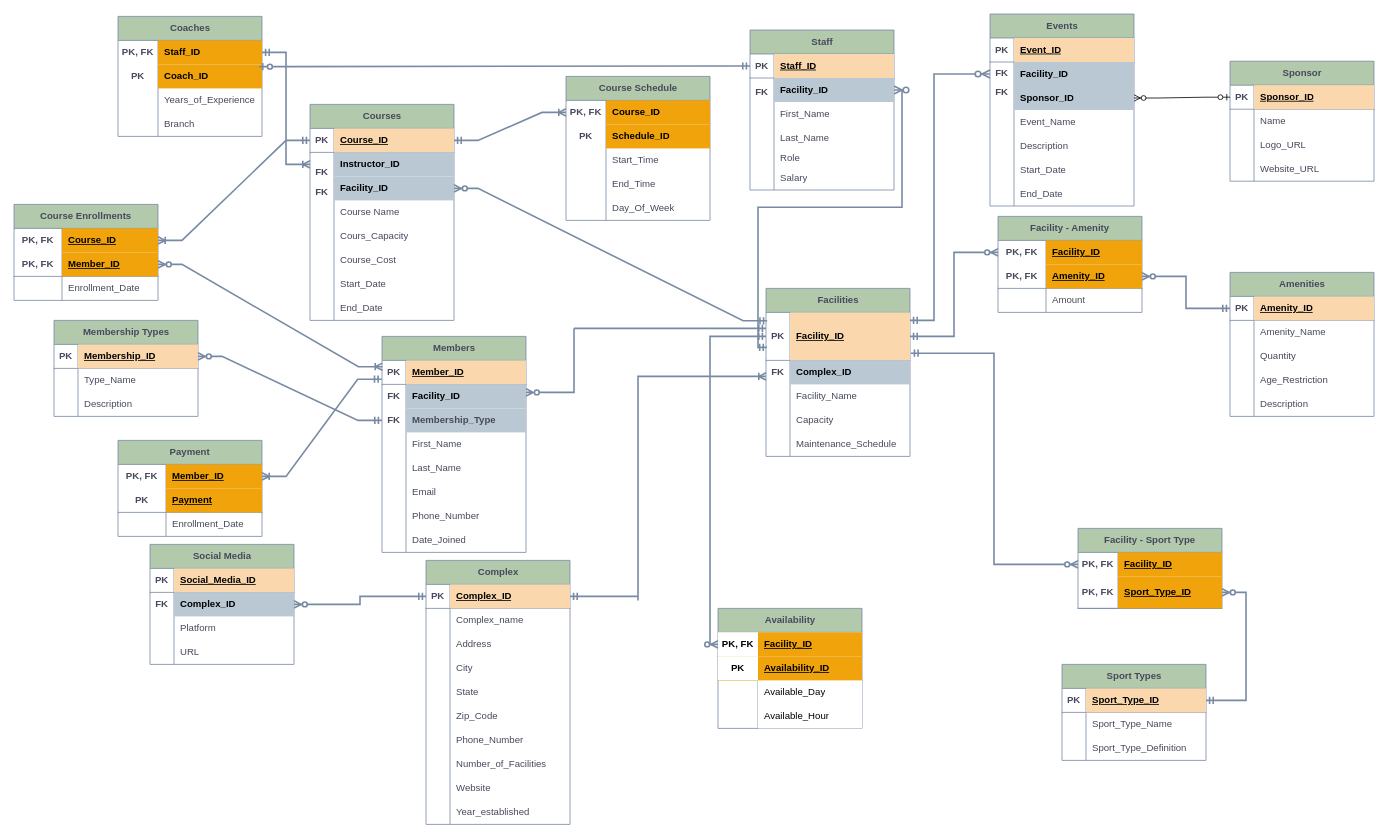
Earlier version of the draw.io diagram cardinality/cardinality.drawio (PloKoon68/Sport-Complexes-Management-System-Database). Source tidied: cells renumbered, new cells numbered last; positions are measured from the earlier drawing's top-left corner, leaving out a move shared by most shapes. Both pictures are drawn from the tidied source at 80%, with x=0, y=0 at pixel (14, 14).
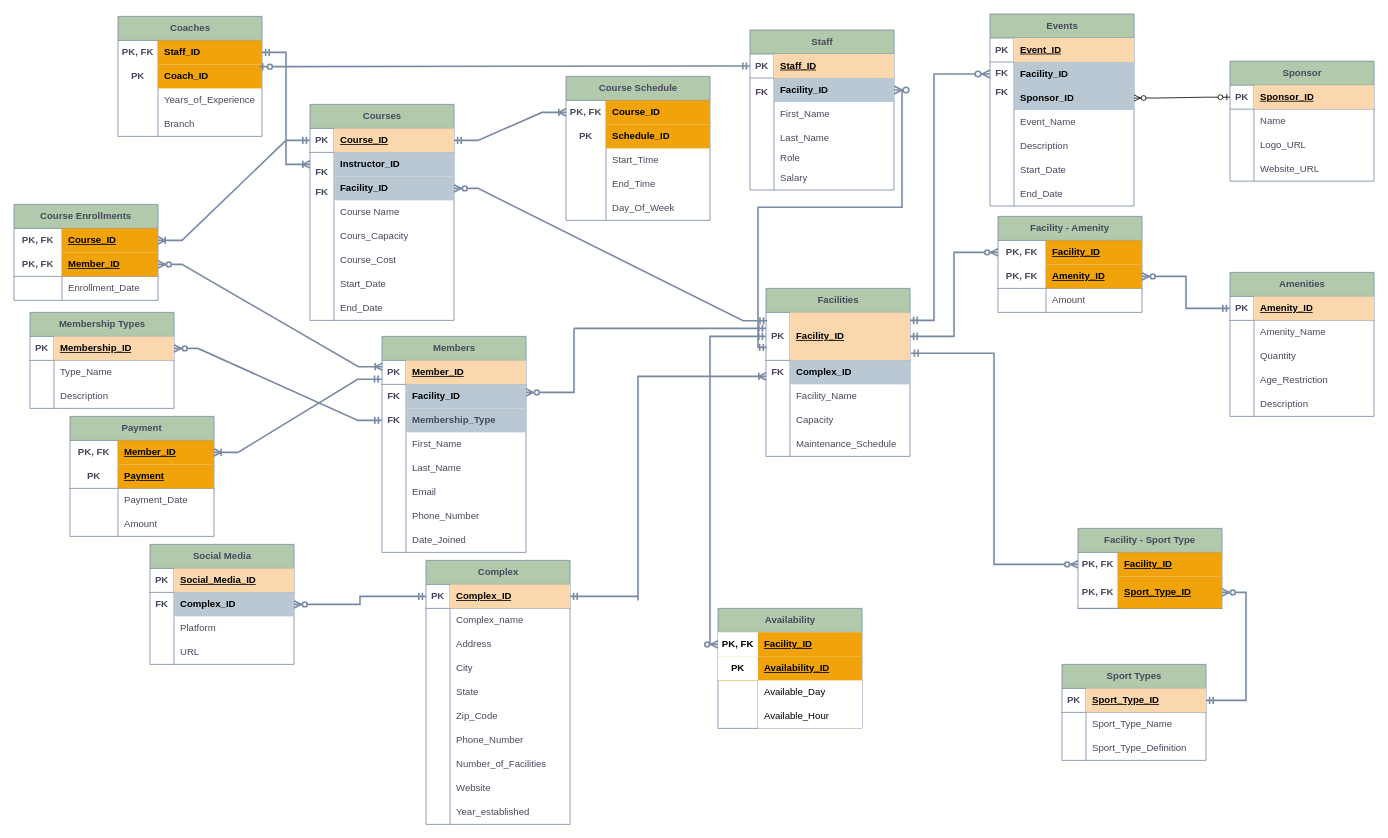
The same page after the edit.

Change to the diagram source:
```diff
@@
     <mxCell id="264" value="Membership Types" style="shape=table;startSize=30;childLayout=tableLayout;rowLines=0;fontStyle=1;align=center;html=1;labelBackgroundColor=none;fillColor=#B2C9AB;strokeColor=#788AA3;fontColor=#46495D;" parent="1" vertex="1">
-      <mxGeometry x="50" y="383" width="180" height="120" as="geometry" />
+      <mxGeometry x="20" y="373" width="180" height="120" as="geometry" />
     </mxCell>
@@
     <mxCell id="302" value="Payment" style="shape=table;startSize=30;childLayout=tableLayout;rowLines=0;fontStyle=1;align=center;html=1;whiteSpace=wrap;strokeColor=#788AA3;fontColor=#46495D;fillColor=#B2C9AB;labelBackgroundColor=none;" parent="1" vertex="1">
-      <mxGeometry x="130" y="533" width="180" height="120" as="geometry" />
+      <mxGeometry x="70" y="503" width="180" height="150" as="geometry" />
     </mxCell>
@@
+    <mxCell id="313" style="shape=tableRow;horizontal=0;startSize=0;swimlaneHead=0;swimlaneBody=0;fillColor=none;top=0;left=0;right=0;bottom=0;html=1;strokeColor=#788AA3;fontColor=#46495D;labelBackgroundColor=none;" parent="302" vertex="1">
+      <mxGeometry y="90" width="180" height="30" as="geometry" />
+    </mxCell>
+    <mxCell id="314" style="shape=partialRectangle;fillColor=none;top=0;left=0;bottom=0;right=0;overflow=hidden;html=1;whiteSpace=wrap;strokeColor=#788AA3;fontColor=#46495D;labelBackgroundColor=none;" parent="313" vertex="1">
+      <mxGeometry width="60" height="30" as="geometry" />
+    </mxCell>
+    <mxCell id="315" value="Payment_Date" style="shape=partialRectangle;fillColor=none;top=0;left=0;bottom=0;right=0;align=left;spacingLeft=6;overflow=hidden;html=1;whiteSpace=wrap;strokeColor=#788AA3;fontColor=#46495D;labelBackgroundColor=none;" parent="313" vertex="1">
+      <mxGeometry x="60" width="120" height="30" as="geometry" />
+    </mxCell>
     <mxCell id="309" style="shape=tableRow;horizontal=0;startSize=0;swimlaneHead=0;swimlaneBody=0;fillColor=none;top=0;left=0;right=0;bottom=0;html=1;strokeColor=#788AA3;fontColor=#46495D;labelBackgroundColor=none;" parent="302" vertex="1">
-      <mxGeometry y="90" width="180" height="30" as="geometry" />
+      <mxGeometry y="120" width="180" height="30" as="geometry" />
     </mxCell>
@@
-    <mxCell id="311" value="Enrollment_Date" style="shape=partialRectangle;fillColor=none;top=0;left=0;bottom=0;right=0;align=left;spacingLeft=6;overflow=hidden;html=1;whiteSpace=wrap;strokeColor=#788AA3;fontColor=#46495D;labelBackgroundColor=none;" parent="309" vertex="1">
+    <mxCell id="311" value="Amount" style="shape=partialRectangle;fillColor=none;top=0;left=0;bottom=0;right=0;align=left;spacingLeft=6;overflow=hidden;html=1;whiteSpace=wrap;strokeColor=#788AA3;fontColor=#46495D;labelBackgroundColor=none;" parent="309" vertex="1">
       <mxGeometry x="60" width="120" height="30" as="geometry" />
     </mxCell>
```
